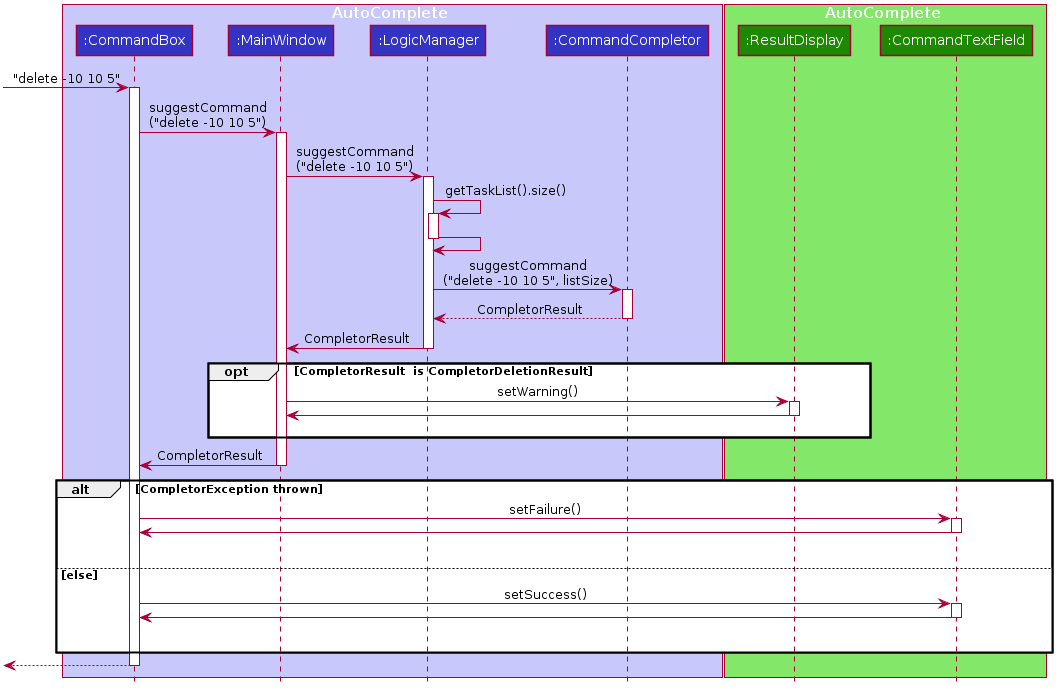
Above: docs/images/ACSequenceDiagram.png in nus-cs2103-AY1920S2/addressbook-level3 (PlantUML), before the change. Source of this version:
```plantuml
@startuml








skinparam BackgroundColor #FFFFFFF

skinparam Shadowing false

skinparam Class {
    FontColor #FFFFFF
    BorderThickness 1
    BorderColor #FFFFFF
    StereotypeFontColor #FFFFFF
    FontName Arial
}

skinparam Actor {
    BorderColor #000000
    Color #000000
    FontName Arial
}

skinparam Sequence {
    MessageAlign center
    BoxFontSize 15
    BoxPadding 0
    BoxFontColor #FFFFFF
    FontName Arial
}

skinparam Participant {
    FontColor #FFFFFFF
    Padding 20
}

skinparam MinClassWidth 50
skinparam ParticipantPadding 10
skinparam Shadowing false
skinparam DefaultTextAlignment center
skinparam packageStyle Rectangle

hide footbox
hide members
hide circle


box AutoComplete #C8C8FA
participant ":CommandBox" as CommandBox #3333C4
participant ":MainWindow" as MainWindow #3333C4
participant ":LogicManager" as LogicManager #3333C4
participant ":CommandCompletor" as CommandCompletor #3333C4
end box

box AutoComplete #83E769
participant ":ResultDisplay" as ResultDisplay #1D8900
participant ":CommandTextField" as CommandTextField #1D8900
end box

[-> CommandBox : "delete -10 10 5"
activate CommandBox

CommandBox -> MainWindow : suggestCommand\n("delete -10 10 5")
activate MainWindow

MainWindow -> LogicManager: suggestCommand\n("delete -10 10 5")
activate LogicManager

LogicManager -> LogicManager: getTaskList().size()
activate LogicManager
LogicManager -> LogicManager
deactivate LogicManager

LogicManager -> CommandCompletor: suggestCommand\n("delete -10 10 5", listSize)
activate CommandCompletor

CommandCompletor --> LogicManager: CompletorResult
deactivate CommandCompletor

LogicManager -> MainWindow: CompletorResult
deactivate LogicManager

opt CompletorResult  is CompletorDeletionResult
    MainWindow -> ResultDisplay: setWarning()
    activate ResultDisplay
    ResultDisplay -> MainWindow
    deactivate ResultDisplay
    MainWindow -[hidden]->ResultDisplay
end
MainWindow -> CommandBox: CompletorResult
deactivate MainWindow

alt CompletorException thrown
    CommandBox -> CommandTextField: setFailure()
    activate CommandTextField
    CommandTextField -> CommandBox
    deactivate CommandTextField
    CommandBox -[hidden]->CommandBox
else else
    CommandBox -> CommandTextField: setSuccess()
    activate CommandTextField
    CommandTextField -> CommandBox
    deactivate CommandTextField
    CommandBox -[hidden]->CommandBox
end

[<--CommandBox
deactivate CommandBox
@enduml
```
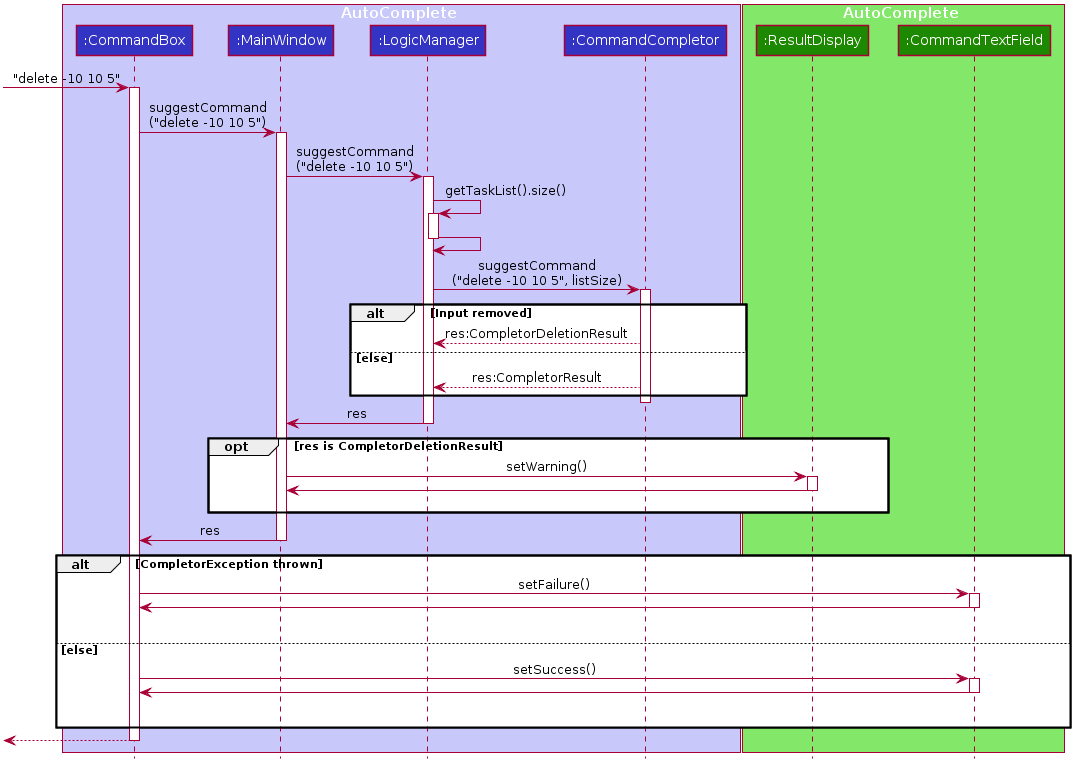
After the change.

Diff of the diagram source:
```diff
@@ -78,20 +78,24 @@
 LogicManager -> CommandCompletor: suggestCommand\n("delete -10 10 5", listSize)
 activate CommandCompletor
 
-CommandCompletor --> LogicManager: CompletorResult
+alt Input removed
+    CommandCompletor --> LogicManager: res:CompletorDeletionResult
+else else
+    CommandCompletor --> LogicManager: res:CompletorResult
+end
 deactivate CommandCompletor
 
-LogicManager -> MainWindow: CompletorResult
+LogicManager -> MainWindow: res
 deactivate LogicManager
 
-opt CompletorResult  is CompletorDeletionResult
+opt res is CompletorDeletionResult
     MainWindow -> ResultDisplay: setWarning()
     activate ResultDisplay
     ResultDisplay -> MainWindow
     deactivate ResultDisplay
     MainWindow -[hidden]->ResultDisplay
 end
-MainWindow -> CommandBox: CompletorResult
+MainWindow -> CommandBox: res
 deactivate MainWindow
 
 alt CompletorException thrown
```
